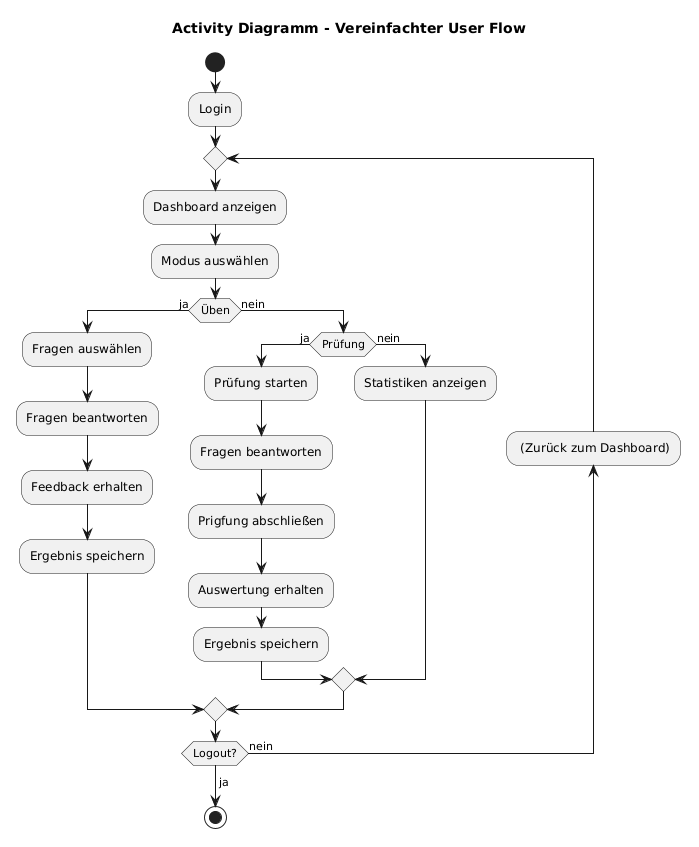
This is sections/chapters/03-umsetzung/images/UserFlow.png from LearnHubDipl/thesis-matura-trainer, a PlantUML export, as it was before one commit.
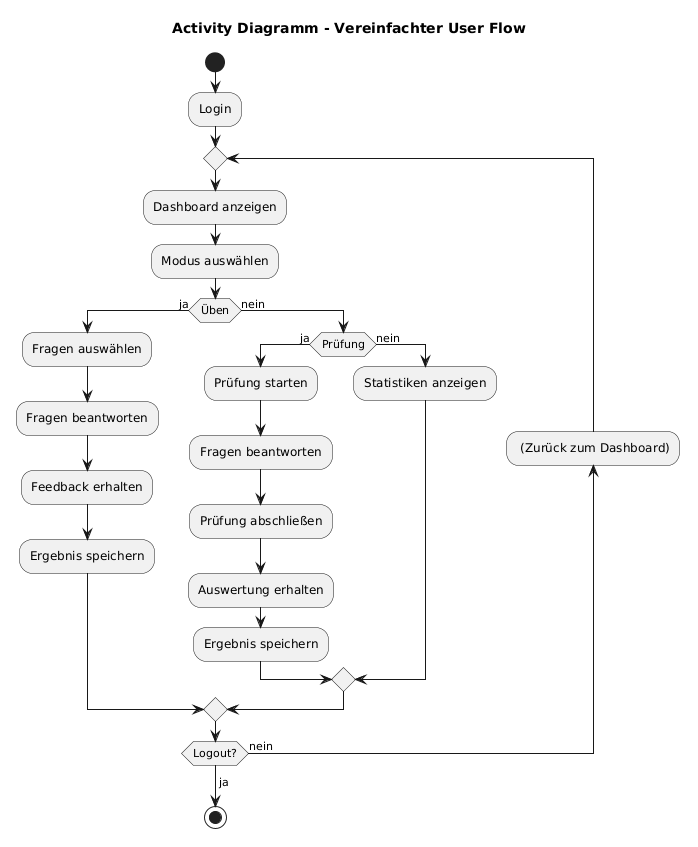
Above is the later version.

Diff of the diagram source:
```diff
@@ -18,7 +18,7 @@
     if (Prüfung) then (ja)
       :Prüfung starten;
       :Fragen beantworten;
-      :Prigfung abschließen;
+      :Prüfung abschließen;
       :Auswertung erhalten;
       :Ergebnis speichern;
     else (nein)
```
